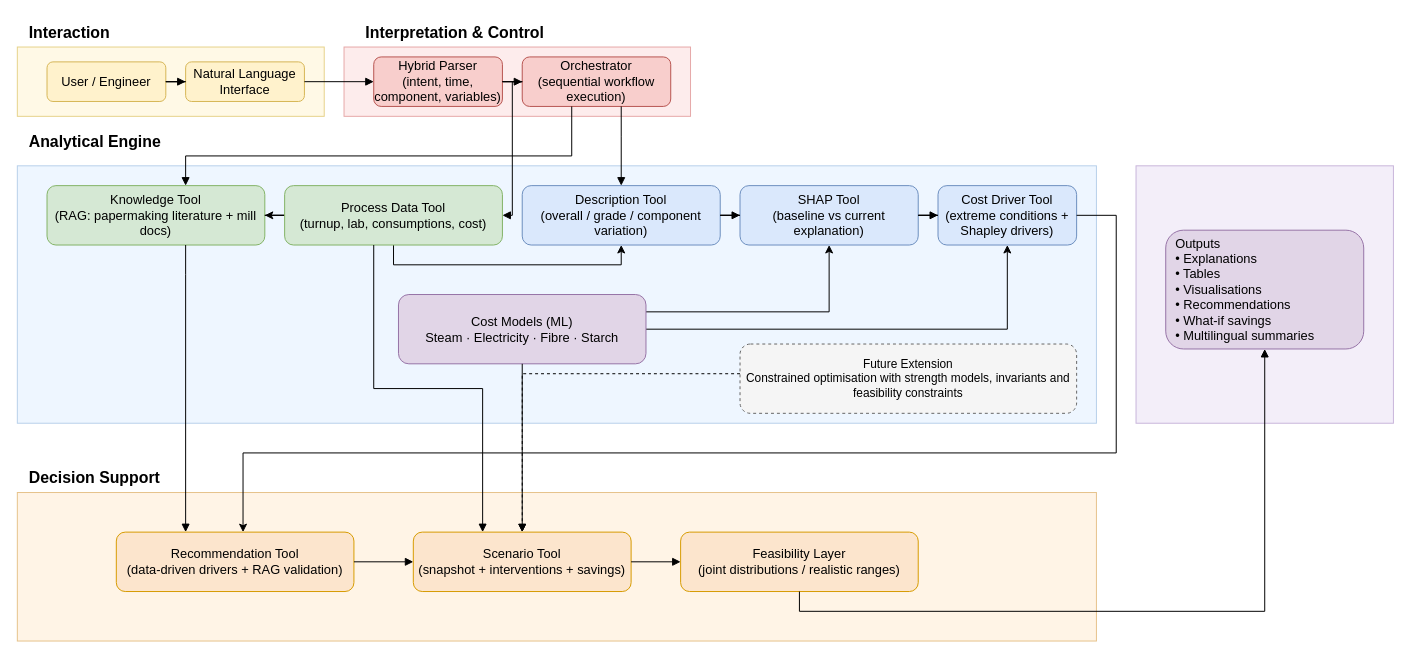
Above: costimiser_full_final_diagram.drawio in Miggon-dev/costimiser2 (draw.io), before the change. Source tidied: cells renumbered, new cells numbered last; positions are measured from the earlier drawing's top-left corner, leaving out a move shared by most shapes. Both pictures are drawn from the tidied source at 99%, with x=0, y=0 at pixel (17, 17).
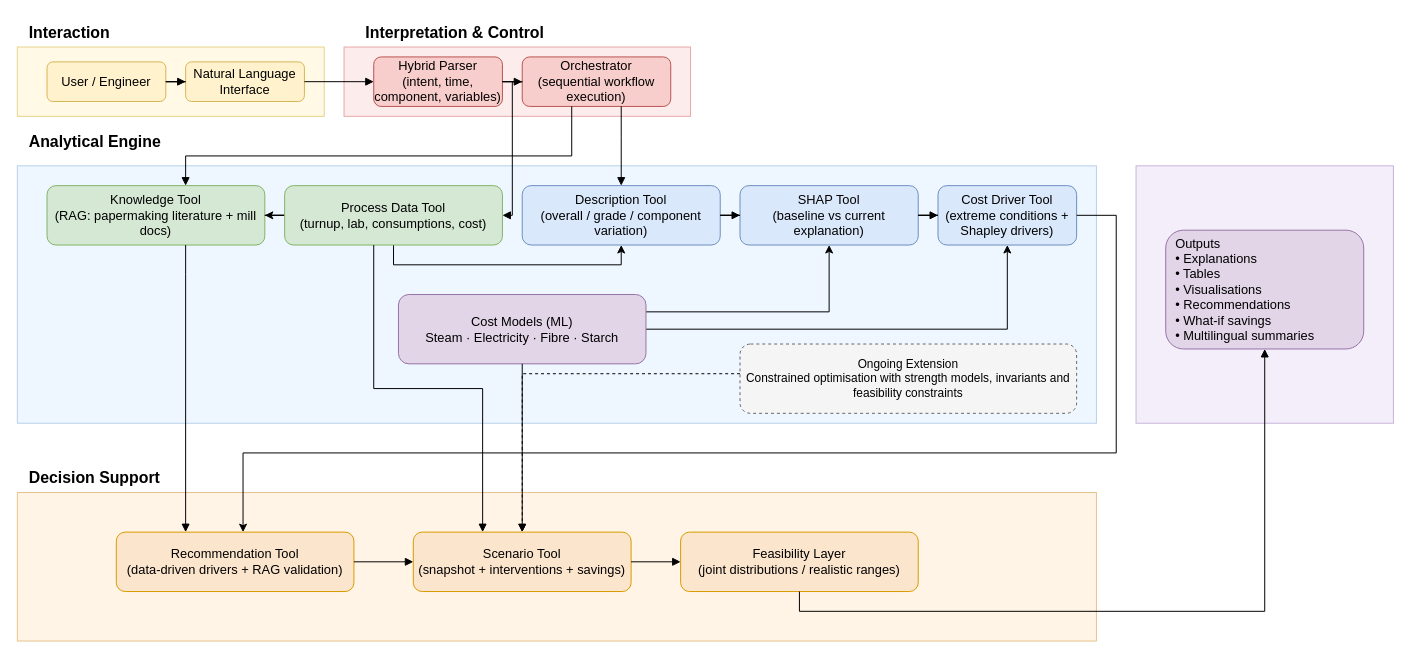
Above is the later version.

The edit, as a diff of the source:
```diff
@@
-    <mxCell id="26" value="Future Extension&#10;Constrained optimisation with strength models, invariants and feasibility constraints" style="rounded=1;whiteSpace=wrap;html=1;dashed=1;fillColor=#F5F5F5;strokeColor=#666666;fontSize=12;" parent="1" vertex="1">
+    <mxCell id="26" value="Ongoing Extension&lt;br&gt;Constrained optimisation with strength models, invariants and feasibility constraints" style="rounded=1;whiteSpace=wrap;html=1;dashed=1;fillColor=#F5F5F5;strokeColor=#666666;fontSize=12;" parent="1" vertex="1">
       <mxGeometry x="730" y="330" width="340" height="70" as="geometry" />
     </mxCell>
```
